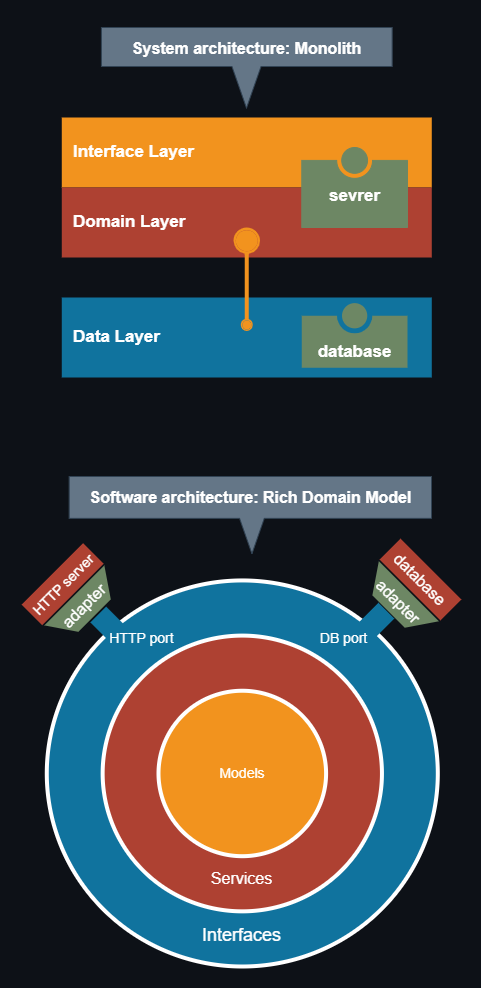
Before: asset/arch.png, a diagram exported from draw.io (kselnaag/shortlink). Source tidied: cells renumbered, new cells last; positions are measured from the earlier drawing's top-left corner, leaving out a move shared by most shapes.
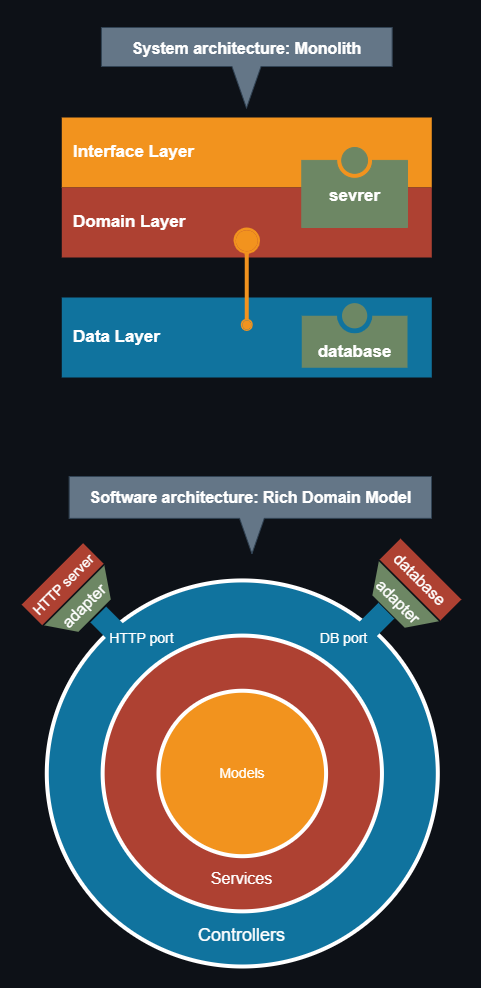
Later version of the same file.

The edit, as a diff of the source:
```diff
@@ -8,7 +8,7 @@
     <mxCell id="3" style="group;" parent="1" vertex="1">
       <mxGeometry x="21" y="476" width="440" height="490" as="geometry" />
     </mxCell>
-    <mxCell id="4" value="&lt;font style=&quot;font-size: 18px;&quot;&gt;&lt;br&gt;&lt;br&gt;&lt;br&gt;&lt;br&gt;&lt;br&gt;&lt;br&gt;&lt;br&gt;&lt;br&gt;&lt;br&gt;&lt;br&gt;&lt;br&gt;&lt;br&gt;&lt;br&gt;&lt;br&gt;&lt;br&gt;Interfaces&lt;br&gt;&lt;/font&gt;" style="ellipse;html=1;strokeWidth=4;fillColor=#10739E;strokeColor=#ffffff;shadow=0;fontSize=10;fontColor=#FFFFFF;align=center;fontStyle=0;whiteSpace=wrap;spacing=10;" parent="3" vertex="1">
+    <mxCell id="4" value="&lt;font style=&quot;font-size: 18px;&quot;&gt;&lt;br&gt;&lt;br&gt;&lt;br&gt;&lt;br&gt;&lt;br&gt;&lt;br&gt;&lt;br&gt;&lt;br&gt;&lt;br&gt;&lt;br&gt;&lt;br&gt;&lt;br&gt;&lt;br&gt;&lt;br&gt;&lt;br&gt;Controllers&lt;br&gt;&lt;/font&gt;" style="ellipse;html=1;strokeWidth=4;fillColor=#10739E;strokeColor=#ffffff;shadow=0;fontSize=10;fontColor=#FFFFFF;align=center;fontStyle=0;whiteSpace=wrap;spacing=10;" parent="3" vertex="1">
       <mxGeometry x="25.3" y="103.9" width="391" height="386.1" as="geometry" />
     </mxCell>
     <mxCell id="5" value="&lt;font style=&quot;font-size: 16px;&quot;&gt;&lt;br&gt;&lt;br&gt;&lt;br&gt;&lt;br&gt;&lt;br&gt;&lt;br&gt;&lt;br&gt;&lt;br&gt;&lt;br&gt;&lt;br&gt;&lt;br&gt;Services&lt;br&gt;&lt;/font&gt;" style="ellipse;html=1;strokeWidth=4;fillColor=#AE4132;strokeColor=#ffffff;shadow=0;fontSize=10;fontColor=#FFFFFF;align=center;fontStyle=0;whiteSpace=wrap;spacing=10;" parent="3" vertex="1">
```
